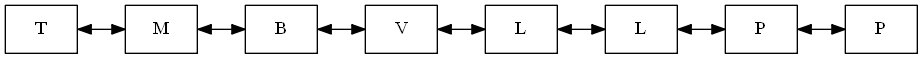
RoberttHernan/EDD_1S2020_PY1_201700870 keeps this Graphviz diagram as imagenes/lista_letras_player_uno.png. Above is the earlier version. Its source is kept beside it as dot_s/lista_letras_player_uno.dot.
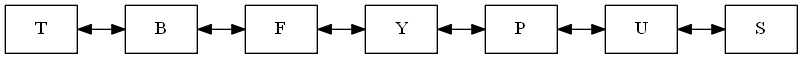
After the change.

What changed in the source:
```diff
@@ -2,13 +2,12 @@
  rankdir=LR
  node[shape=box]
 node1[label = "T"]
-node2[label = "M"]
-node3[label = "B"]
-node4[label = "V"]
-node5[label = "L"]
-node6[label = "L"]
-node7[label = "P"]
-node8[label = "P"]
-node1->node2->node3->node4->node5->node6->node7->node8[dir=both];
+node2[label = "B"]
+node3[label = "F"]
+node4[label = "Y"]
+node5[label = "P"]
+node6[label = "U"]
+node7[label = "S"]
+node1->node2->node3->node4->node5->node6->node7[dir=both];
 
 }
```
